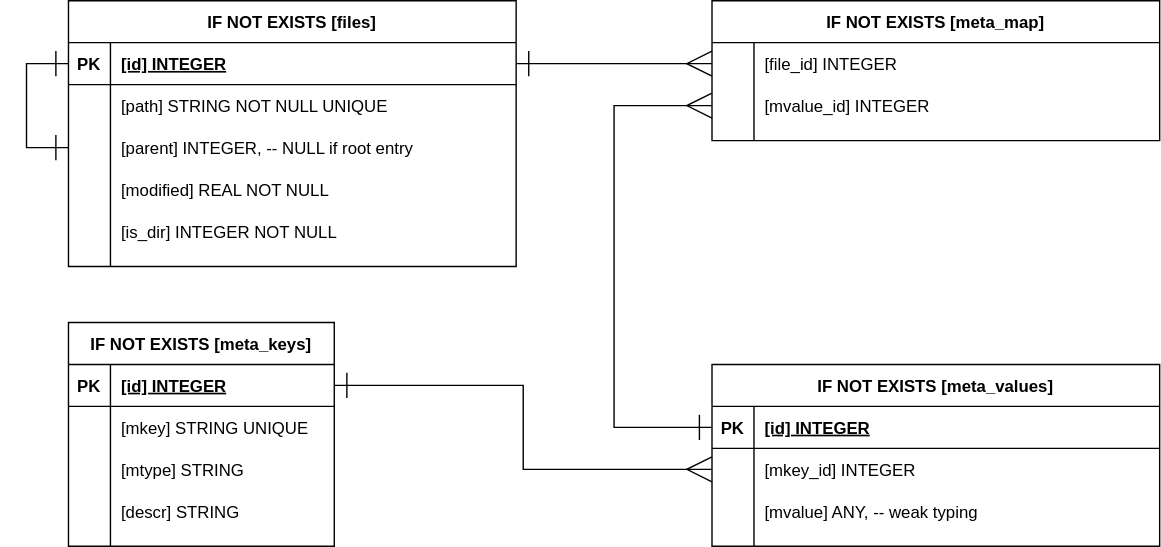
The draw.io diagram proto/docs/ffindex-db-schema.drawio.svg in Horolsky/ranga, before a commit. Source tidied: cells renumbered, new cells last; positions are measured from the earlier drawing's top-left corner, leaving out a move shared by most shapes.
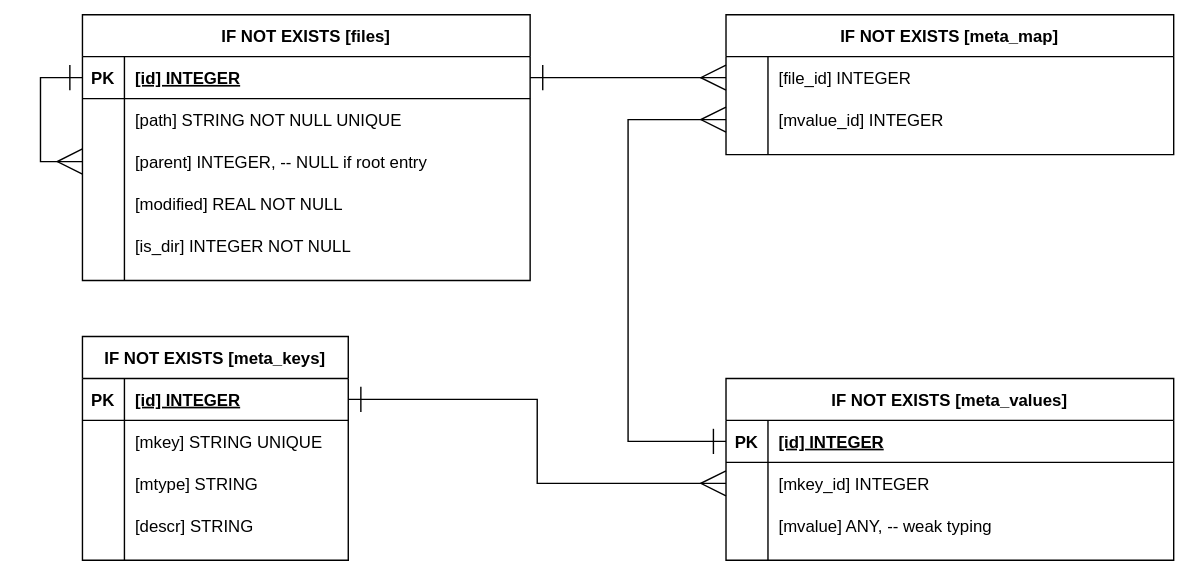
The same diagram one commit later.

Diff of the diagram source:
```diff
@@ -50,7 +50,7 @@
     <mxCell id="17" value="[is_dir] INTEGER NOT NULL" style="shape=partialRectangle;overflow=hidden;fillColor=none;top=0;left=0;bottom=0;right=0;align=left;spacingLeft=6;" parent="15" vertex="1">
       <mxGeometry x="30" width="290" height="30" as="geometry" />
     </mxCell>
-    <mxCell id="18" style="endArrow=ERone;html=1;rounded=0;strokeColor=default;labelBackgroundColor=default;fontColor=default;exitX=0;exitY=0.5;exitDx=0;exitDy=0;edgeStyle=orthogonalEdgeStyle;entryX=0;entryY=0.5;entryDx=0;entryDy=0;endFill=0;endSize=16;startSize=16;startArrow=ERone;startFill=0;" parent="2" edge="1" source="9" target="3">
+    <mxCell id="18" style="endArrow=ERone;html=1;rounded=0;strokeColor=default;labelBackgroundColor=default;fontColor=default;exitX=0;exitY=0.5;exitDx=0;exitDy=0;edgeStyle=orthogonalEdgeStyle;entryX=0;entryY=0.5;entryDx=0;entryDy=0;endFill=0;endSize=16;startSize=16;startArrow=ERmany;startFill=0;" parent="2" edge="1" source="9" target="3">
       <mxGeometry relative="1" as="geometry">
         <Array as="points">
           <mxPoint x="-30" y="105" />
```
